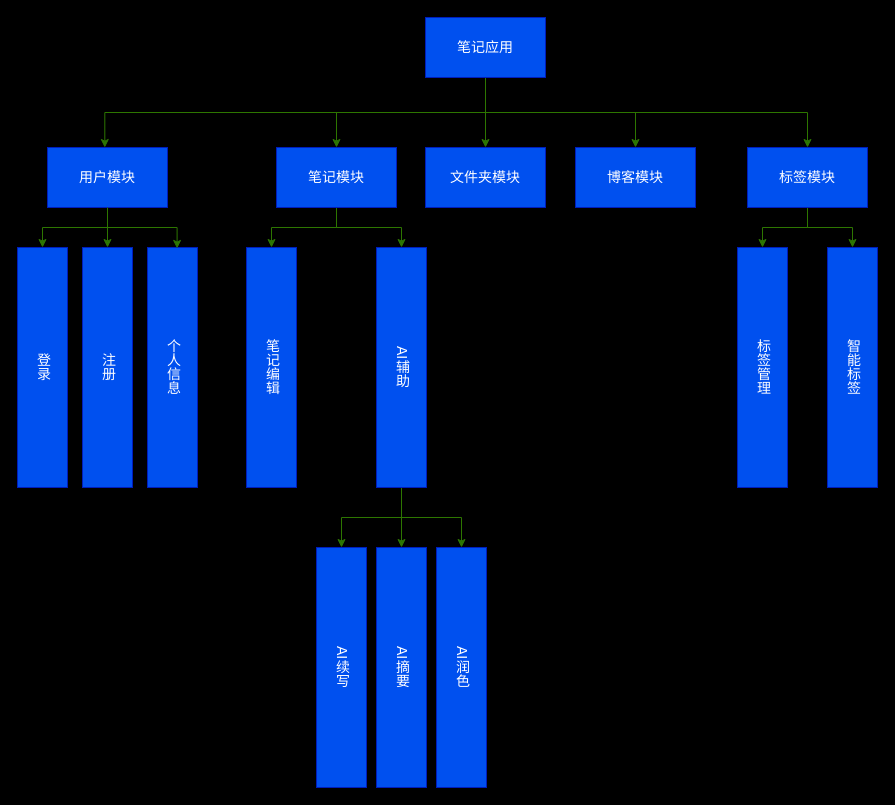
This is 未命名绘图.drawio from SeekLife0/diagrams, a draw.io file, before an edit. Source tidied: cells renumbered, new cells numbered last; positions are measured from the earlier drawing's top-left corner, leaving out a move shared by most shapes. Both pictures are drawn from the tidied source at 100%, with x=0, y=0 at pixel (17, 17).
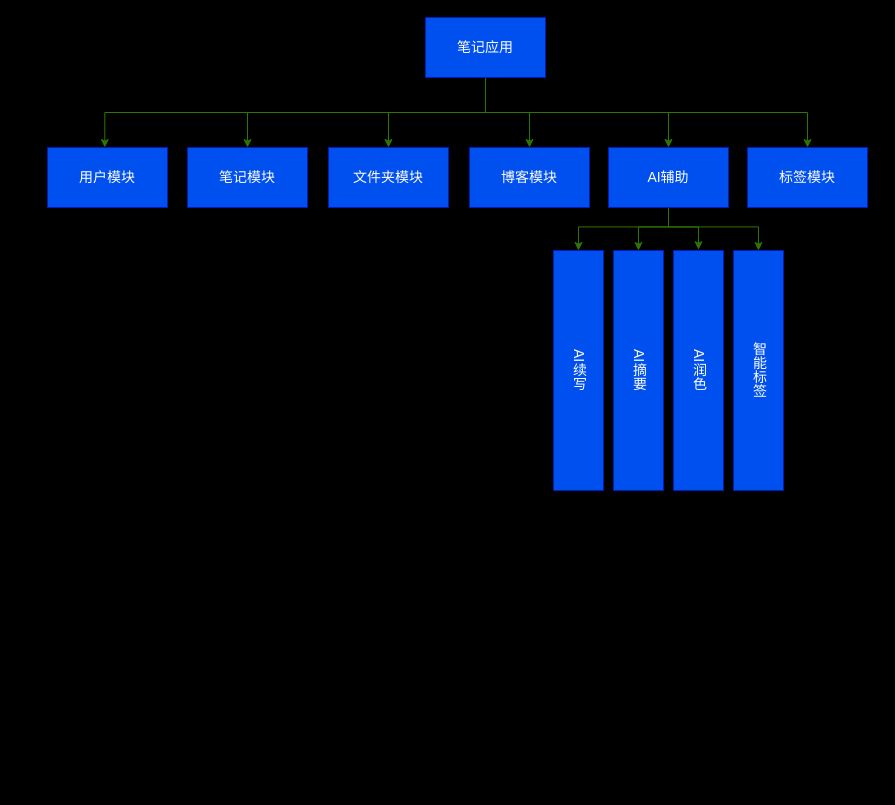
After the change.

Commit message:
更新未命名绘图.drawio

Unchanged cells that the change refers to:
```xml
<mxCell id="7" value="&lt;font style=&quot;font-size: 14px;&quot;&gt;笔记应用&lt;/font&gt;" style="rounded=0;whiteSpace=wrap;html=1;fillColor=#0050ef;strokeColor=#001DBC;fontColor=#ffffff;" parent="1" vertex="1">
  <mxGeometry x="408" width="120" height="60" as="geometry" />
</mxCell>
<mxCell id="10" value="&lt;font style=&quot;font-size: 14px;&quot;&gt;用户模块&lt;/font&gt;" style="rounded=0;whiteSpace=wrap;html=1;fillColor=#0050ef;strokeColor=#001DBC;fontColor=#ffffff;" parent="1" vertex="1">
  <mxGeometry x="30" y="130" width="120" height="60" as="geometry" />
</mxCell>
<mxCell id="23" value="&lt;font style=&quot;font-size: 14px;&quot;&gt;标签模块&lt;/font&gt;" style="rounded=0;whiteSpace=wrap;html=1;fillColor=#0050ef;strokeColor=#001DBC;fontColor=#ffffff;" parent="1" vertex="1">
  <mxGeometry x="730" y="130" width="120" height="60" as="geometry" />
</mxCell>
```

Diff of the diagram source:
```diff
@@
+    <mxCell id="33" style="edgeStyle=orthogonalEdgeStyle;rounded=0;jettySize=auto;html=1;exitX=0.5;exitY=1;exitDx=0;exitDy=0;fillColor=#60a917;strokeColor=#2D7600;" parent="1" edge="1" source="7" target="29">
+      <mxGeometry relative="1" as="geometry" />
+    </mxCell>
@@
-    <mxCell id="8" style="edgeStyle=orthogonalEdgeStyle;rounded=0;jettySize=auto;html=1;exitX=0.5;exitY=1;exitDx=0;exitDy=0;entryX=0.5;entryY=0;entryDx=0;entryDy=0;fillColor=#60a917;strokeColor=#2D7600;" parent="1" edge="1" source="10" target="16">
-      <mxGeometry relative="1" as="geometry" />
-    </mxCell>
-    <mxCell id="9" style="edgeStyle=orthogonalEdgeStyle;rounded=0;jettySize=auto;html=1;exitX=0.5;exitY=1;exitDx=0;exitDy=0;entryX=0.5;entryY=0;entryDx=0;entryDy=0;fillColor=#60a917;strokeColor=#2D7600;" parent="1" edge="1" source="10" target="17">
-      <mxGeometry relative="1" as="geometry" />
-    </mxCell>
@@
-    <mxCell id="11" style="edgeStyle=orthogonalEdgeStyle;rounded=0;jettySize=auto;html=1;exitX=0.5;exitY=1;exitDx=0;exitDy=0;fillColor=#60a917;strokeColor=#2D7600;" parent="1" edge="1" source="13" target="19">
-      <mxGeometry relative="1" as="geometry" />
-    </mxCell>
-    <mxCell id="12" style="edgeStyle=orthogonalEdgeStyle;rounded=0;jettySize=auto;html=1;exitX=0.5;exitY=1;exitDx=0;exitDy=0;fillColor=#60a917;strokeColor=#2D7600;" parent="1" edge="1" source="13" target="29">
-      <mxGeometry relative="1" as="geometry" />
-    </mxCell>
     <mxCell id="13" value="&lt;font style=&quot;font-size: 14px;&quot;&gt;笔记模块&lt;/font&gt;" style="rounded=0;whiteSpace=wrap;html=1;fillColor=#0050ef;strokeColor=#001DBC;fontColor=#ffffff;" parent="1" vertex="1">
-      <mxGeometry x="259" y="130" width="120" height="60" as="geometry" />
+      <mxGeometry x="170" y="130" width="120" height="60" as="geometry" />
     </mxCell>
     <mxCell id="14" value="&lt;font style=&quot;font-size: 14px;&quot;&gt;文件夹模块&lt;/font&gt;" style="rounded=0;whiteSpace=wrap;html=1;fillColor=#0050ef;strokeColor=#001DBC;fontColor=#ffffff;" parent="1" vertex="1">
-      <mxGeometry x="408" y="130" width="120" height="60" as="geometry" />
+      <mxGeometry x="311" y="130" width="120" height="60" as="geometry" />
     </mxCell>
     <mxCell id="15" value="&lt;font style=&quot;font-size: 14px;&quot;&gt;博客模块&lt;/font&gt;" style="rounded=0;whiteSpace=wrap;html=1;fillColor=#0050ef;strokeColor=#001DBC;fontColor=#ffffff;" parent="1" vertex="1">
-      <mxGeometry x="558" y="130" width="120" height="60" as="geometry" />
+      <mxGeometry x="452" y="130" width="120" height="60" as="geometry" />
     </mxCell>
-    <mxCell id="16" value="&lt;font style=&quot;font-size: 14px;&quot;&gt;登录&lt;/font&gt;" style="rounded=0;whiteSpace=wrap;html=1;textDirection=vertical-lr;fillColor=#0050ef;strokeColor=#001DBC;fontColor=#ffffff;" parent="1" vertex="1">
-      <mxGeometry y="230" width="50" height="240" as="geometry" />
-    </mxCell>
-    <mxCell id="17" value="&lt;font style=&quot;font-size: 14px;&quot;&gt;注册&lt;/font&gt;" style="rounded=0;whiteSpace=wrap;html=1;textDirection=vertical-lr;fillColor=#0050ef;strokeColor=#001DBC;fontColor=#ffffff;" parent="1" vertex="1">
-      <mxGeometry x="65" y="230" width="50" height="240" as="geometry" />
-    </mxCell>
-    <mxCell id="18" value="&lt;font style=&quot;font-size: 14px;&quot;&gt;个人信息&lt;/font&gt;" style="rounded=0;whiteSpace=wrap;html=1;textDirection=vertical-lr;fillColor=#0050ef;strokeColor=#001DBC;fontColor=#ffffff;" parent="1" vertex="1">
-      <mxGeometry x="130" y="230" width="50" height="240" as="geometry" />
-    </mxCell>
-    <mxCell id="19" value="&lt;font style=&quot;font-size: 14px;&quot;&gt;笔记编辑&lt;/font&gt;" style="rounded=0;whiteSpace=wrap;html=1;textDirection=vertical-lr;fillColor=#0050ef;strokeColor=#001DBC;fontColor=#ffffff;" parent="1" vertex="1">
-      <mxGeometry x="229" y="230" width="50" height="240" as="geometry" />
-    </mxCell>
     <mxCell id="20" value="&lt;font style=&quot;font-size: 14px;&quot;&gt;AI续写&lt;/font&gt;" style="rounded=0;whiteSpace=wrap;html=1;textDirection=vertical-lr;fillColor=#0050ef;strokeColor=#001DBC;fontColor=#ffffff;" parent="1" vertex="1">
-      <mxGeometry x="299" y="530" width="50" height="240" as="geometry" />
+      <mxGeometry x="536" y="233" width="50" height="240" as="geometry" />
     </mxCell>
-    <mxCell id="21" style="edgeStyle=orthogonalEdgeStyle;rounded=0;jettySize=auto;html=1;exitX=0.5;exitY=1;exitDx=0;exitDy=0;entryX=0.5;entryY=0;entryDx=0;entryDy=0;fillColor=#60a917;strokeColor=#2D7600;" parent="1" edge="1" source="23" target="31">
-      <mxGeometry relative="1" as="geometry" />
-    </mxCell>
-    <mxCell id="22" style="edgeStyle=orthogonalEdgeStyle;rounded=0;jettySize=auto;html=1;exitX=0.5;exitY=1;exitDx=0;exitDy=0;entryX=0.5;entryY=0;entryDx=0;entryDy=0;fillColor=#60a917;strokeColor=#2D7600;" parent="1" edge="1" source="23" target="30">
-      <mxGeometry relative="1" as="geometry" />
-    </mxCell>
@@
     <mxCell id="24" value="&lt;font style=&quot;font-size: 14px;&quot;&gt;AI摘要&lt;/font&gt;" style="rounded=0;whiteSpace=wrap;html=1;textDirection=vertical-lr;fillColor=#0050ef;strokeColor=#001DBC;fontColor=#ffffff;" parent="1" vertex="1">
-      <mxGeometry x="359" y="530" width="50" height="240" as="geometry" />
+      <mxGeometry x="596" y="233" width="50" height="240" as="geometry" />
     </mxCell>
     <mxCell id="25" value="&lt;font style=&quot;font-size: 14px;&quot;&gt;AI润色&lt;/font&gt;" style="rounded=0;whiteSpace=wrap;html=1;textDirection=vertical-lr;fillColor=#0050ef;strokeColor=#001DBC;fontColor=#ffffff;" parent="1" vertex="1">
-      <mxGeometry x="419" y="530" width="50" height="240" as="geometry" />
+      <mxGeometry x="656" y="233" width="50" height="240" as="geometry" />
     </mxCell>
-    <mxCell id="26" style="edgeStyle=orthogonalEdgeStyle;rounded=0;jettySize=auto;html=1;exitX=0.5;exitY=1;exitDx=0;exitDy=0;fillColor=#60a917;strokeColor=#2D7600;" parent="1" edge="1" source="29" target="20">
-      <mxGeometry relative="1" as="geometry" />
-    </mxCell>
-    <mxCell id="27" style="edgeStyle=orthogonalEdgeStyle;rounded=0;jettySize=auto;html=1;exitX=0.5;exitY=1;exitDx=0;exitDy=0;fillColor=#60a917;strokeColor=#2D7600;" parent="1" edge="1" source="29" target="24">
-      <mxGeometry relative="1" as="geometry" />
-    </mxCell>
-    <mxCell id="28" style="edgeStyle=orthogonalEdgeStyle;rounded=0;jettySize=auto;html=1;exitX=0.5;exitY=1;exitDx=0;exitDy=0;entryX=0.5;entryY=0;entryDx=0;entryDy=0;fillColor=#60a917;strokeColor=#2D7600;" parent="1" edge="1" source="29" target="25">
-      <mxGeometry relative="1" as="geometry" />
-    </mxCell>
+    <mxCell id="34" style="edgeStyle=orthogonalEdgeStyle;rounded=0;jettySize=auto;html=1;exitX=0.5;exitY=1;exitDx=0;exitDy=0;entryX=0.5;entryY=0;entryDx=0;entryDy=0;fillColor=#60a917;strokeColor=#2D7600;" parent="1" edge="1" target="20">
+      <mxGeometry relative="1" as="geometry">
+        <mxPoint x="651" y="190" as="sourcePoint" />
+        <Array as="points">
+          <mxPoint x="651" y="209.4" />
+          <mxPoint x="561" y="209.4" />
+        </Array>
+      </mxGeometry>
+    </mxCell>
+    <mxCell id="35" style="edgeStyle=orthogonalEdgeStyle;rounded=0;jettySize=auto;html=1;exitX=0.5;exitY=1;exitDx=0;exitDy=0;fillColor=#60a917;strokeColor=#2D7600;" parent="1" edge="1" target="24">
+      <mxGeometry relative="1" as="geometry">
+        <mxPoint x="651" y="190" as="sourcePoint" />
+        <Array as="points">
+          <mxPoint x="651" y="209.4" />
+          <mxPoint x="621" y="209.4" />
+        </Array>
+      </mxGeometry>
+    </mxCell>
+    <mxCell id="36" style="edgeStyle=orthogonalEdgeStyle;rounded=0;orthogonalLoop=1;jettySize=auto;html=1;exitX=0.5;exitY=1;exitDx=0;exitDy=0;fillColor=#60a917;strokeColor=#2D7600;" parent="1" edge="1">
+      <mxGeometry relative="1" as="geometry">
+        <mxPoint x="651" y="190" as="sourcePoint" />
+        <mxPoint x="681" y="232.2" as="targetPoint" />
+        <Array as="points">
+          <mxPoint x="651" y="209.5" />
+          <mxPoint x="681" y="209.5" />
+        </Array>
+      </mxGeometry>
+    </mxCell>
+    <mxCell id="37" style="edgeStyle=orthogonalEdgeStyle;rounded=0;jettySize=auto;html=1;exitX=0.5;exitY=1;exitDx=0;exitDy=0;fillColor=#60a917;strokeColor=#2D7600;entryX=0.5;entryY=0;entryDx=0;entryDy=0;" parent="1" edge="1" target="30">
+      <mxGeometry relative="1" as="geometry">
+        <mxPoint x="651" y="190" as="sourcePoint" />
+        <Array as="points">
+          <mxPoint x="651" y="209.4" />
+          <mxPoint x="741" y="209.4" />
+        </Array>
+      </mxGeometry>
+    </mxCell>
+    <mxCell id="30" value="&lt;font style=&quot;font-size: 14px;&quot;&gt;智能标签&lt;/font&gt;" style="rounded=0;whiteSpace=wrap;html=1;textDirection=vertical-lr;fillColor=#0050ef;strokeColor=#001DBC;fontColor=#ffffff;" parent="1" vertex="1">
+      <mxGeometry x="716" y="233" width="50" height="240" as="geometry" />
+    </mxCell>
-    <mxCell id="29" value="&lt;font style=&quot;font-size: 14px;&quot;&gt;AI辅助&lt;/font&gt;" style="rounded=0;whiteSpace=wrap;html=1;textDirection=vertical-lr;fillColor=#0050ef;strokeColor=#001DBC;fontColor=#ffffff;" parent="1" vertex="1">
-      <mxGeometry x="359" y="230" width="50" height="240" as="geometry" />
+    <mxCell id="29" value="&lt;font style=&quot;font-size: 14px;&quot;&gt;AI辅助&lt;/font&gt;" style="rounded=0;whiteSpace=wrap;html=1;fillColor=#0050ef;strokeColor=#001DBC;fontColor=#ffffff;" parent="1" vertex="1">
+      <mxGeometry x="591" y="130" width="120" height="60" as="geometry" />
     </mxCell>
-    <mxCell id="30" value="&lt;font style=&quot;font-size: 14px;&quot;&gt;智能标签&lt;/font&gt;" style="rounded=0;whiteSpace=wrap;html=1;textDirection=vertical-lr;fillColor=#0050ef;strokeColor=#001DBC;fontColor=#ffffff;" parent="1" vertex="1">
-      <mxGeometry x="810" y="230" width="50" height="240" as="geometry" />
-    </mxCell>
-    <mxCell id="31" value="&lt;font style=&quot;font-size: 14px;&quot;&gt;标签管理&lt;/font&gt;" style="rounded=0;whiteSpace=wrap;html=1;textDirection=vertical-lr;fillColor=#0050ef;strokeColor=#001DBC;fontColor=#ffffff;" parent="1" vertex="1">
-      <mxGeometry x="720" y="230" width="50" height="240" as="geometry" />
-    </mxCell>
-    <mxCell id="32" style="edgeStyle=orthogonalEdgeStyle;rounded=0;jettySize=auto;html=1;exitX=0.5;exitY=1;exitDx=0;exitDy=0;entryX=0.592;entryY=0.004;entryDx=0;entryDy=0;entryPerimeter=0;fillColor=#60a917;strokeColor=#2D7600;" parent="1" edge="1" source="10" target="18">
-      <mxGeometry relative="1" as="geometry" />
-    </mxCell>
```
